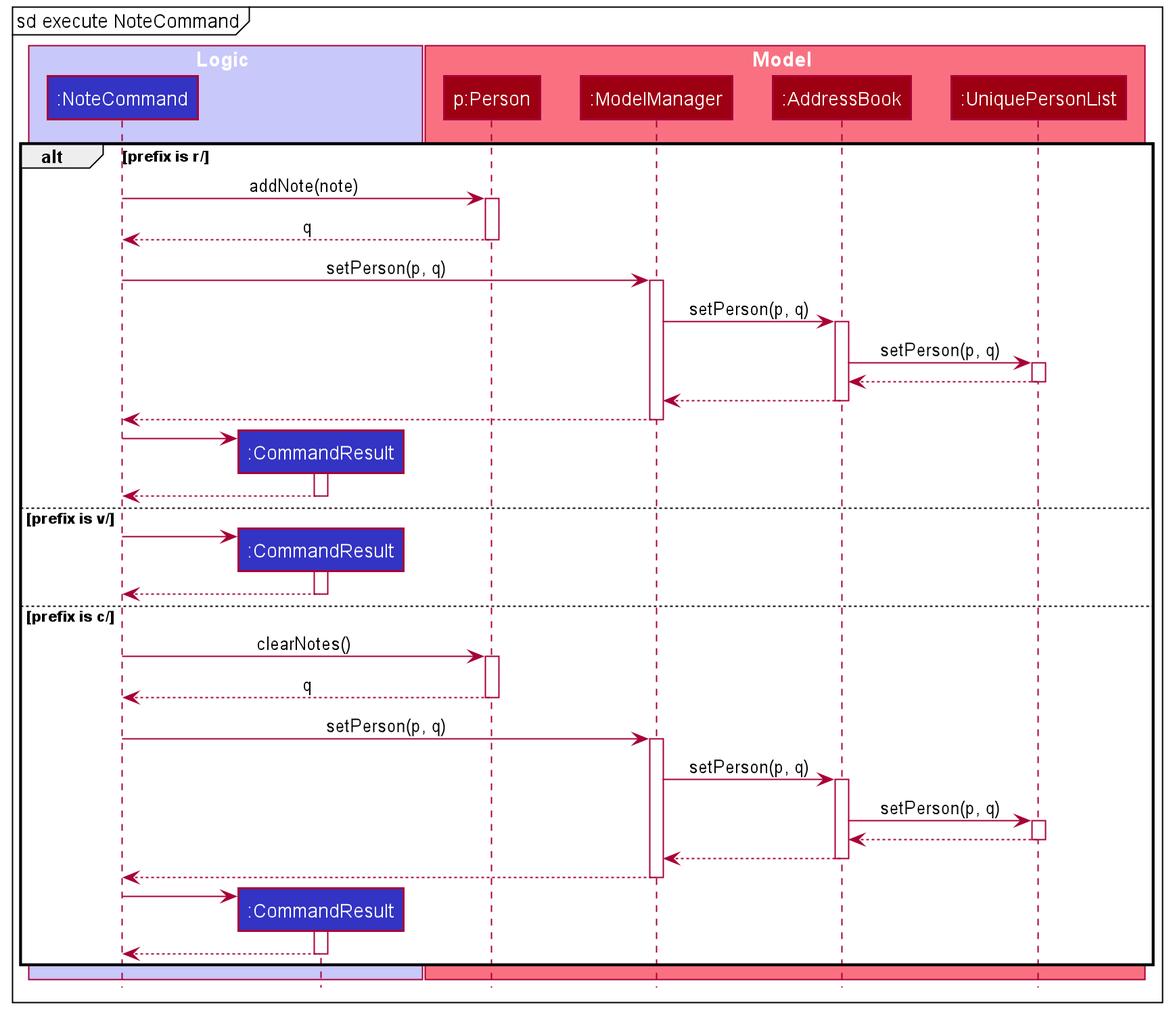
nus-cs2103-AY2021S2/tp keeps this PlantUML diagram as docs/images/NoteSequenceDiagramRef.png. Above is the earlier version. Source of this version:
```plantuml
@startuml
!include style.puml

mainframe sd execute NoteCommand

box Logic LOGIC_COLOR_T1
participant ":NoteCommand" as NoteCommand LOGIC_COLOR
participant ":CommandResult" as CommandResult LOGIC_COLOR
end box

box Model MODEL_COLOR_T1
participant "p:Person" as Person MODEL_COLOR
participant ":ModelManager" as ModelManager MODEL_COLOR
participant ":AddressBook" as AddressBook MODEL_COLOR
participant ":UniquePersonList" as UniquePersonList MODEL_COLOR
end box

alt prefix is r/
    NoteCommand -> Person : addNote(note)
    activate Person

    Person --> NoteCommand : q
    deactivate Person

    NoteCommand -> ModelManager : setPerson(p, q)
    activate ModelManager

    ModelManager -> AddressBook : setPerson(p, q)
    activate AddressBook

        AddressBook -> UniquePersonList : setPerson(p, q)
        activate UniquePersonList

        UniquePersonList --> AddressBook
        deactivate UniquePersonList

        AddressBook --> ModelManager
        deactivate AddressBook

    ModelManager --> NoteCommand
    deactivate ModelManager

    create CommandResult
    NoteCommand -> CommandResult
    activate CommandResult

    CommandResult --> NoteCommand
    deactivate CommandResult

else prefix is v/
    create CommandResult
    NoteCommand -> CommandResult
    activate CommandResult

    CommandResult --> NoteCommand
    deactivate CommandResult

else prefix is c/

    NoteCommand -> Person : clearNotes()
    activate Person

    Person --> NoteCommand : q
    deactivate Person

    NoteCommand -> ModelManager : setPerson(p, q)
    activate ModelManager

    ModelManager -> AddressBook : setPerson(p, q)
    activate AddressBook

        AddressBook -> UniquePersonList : setPerson(p, q)
        activate UniquePersonList

        UniquePersonList --> AddressBook
        deactivate UniquePersonList

        AddressBook --> ModelManager
        deactivate AddressBook

    ModelManager --> NoteCommand
    deactivate ModelManager

    create CommandResult
    NoteCommand -> CommandResult
    activate CommandResult

    CommandResult --> NoteCommand
    deactivate CommandResult
end






@enduml
```
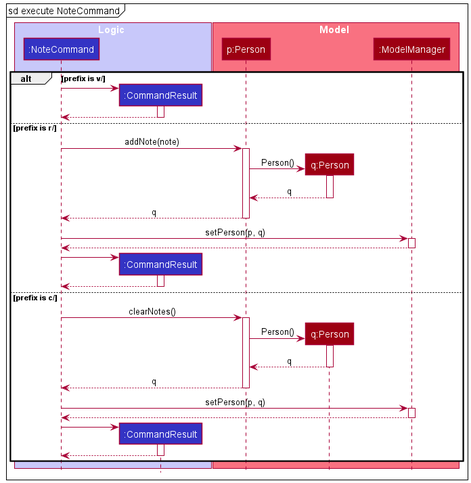
The same file after the commit.

Commit message:
Update DG and PlantUML for note implementation

Change to the diagram source:
```diff
@@ -9,33 +9,36 @@
 end box
 
 box Model MODEL_COLOR_T1
-participant "p:Person" as Person MODEL_COLOR
+participant "p:Person" as P MODEL_COLOR
+participant "q:Person" as Q MODEL_COLOR
 participant ":ModelManager" as ModelManager MODEL_COLOR
-participant ":AddressBook" as AddressBook MODEL_COLOR
-participant ":UniquePersonList" as UniquePersonList MODEL_COLOR
 end box
 
-alt prefix is r/
-    NoteCommand -> Person : addNote(note)
-    activate Person
 
-    Person --> NoteCommand : q
-    deactivate Person
+alt prefix is v/
+    create CommandResult
+    NoteCommand -> CommandResult
+    activate CommandResult
+
+    CommandResult --> NoteCommand
+    deactivate CommandResult
+
+else prefix is r/
+    NoteCommand -> P : addNote(note)
+    activate P
+
+    create Q
+    P -> Q : Person()
+    activate Q
+
+    Q --> P : q
+    deactivate Q
+
+    P --> NoteCommand : q
+    deactivate P
 
     NoteCommand -> ModelManager : setPerson(p, q)
     activate ModelManager
-
-    ModelManager -> AddressBook : setPerson(p, q)
-    activate AddressBook
-
-        AddressBook -> UniquePersonList : setPerson(p, q)
-        activate UniquePersonList
-
-        UniquePersonList --> AddressBook
-        deactivate UniquePersonList
-
-        AddressBook --> ModelManager
-        deactivate AddressBook
 
     ModelManager --> NoteCommand
     deactivate ModelManager
@@ -47,46 +50,35 @@
     CommandResult --> NoteCommand
     deactivate CommandResult
 
-else prefix is v/
-    create CommandResult
-    NoteCommand -> CommandResult
-    activate CommandResult
 
-    CommandResult --> NoteCommand
-    deactivate CommandResult
 
 else prefix is c/
 
-    NoteCommand -> Person : clearNotes()
-    activate Person
+    NoteCommand -> P : clearNotes()
+        activate P
 
-    Person --> NoteCommand : q
-    deactivate Person
+        create Q
+        P -> Q : Person()
+        activate Q
 
-    NoteCommand -> ModelManager : setPerson(p, q)
-    activate ModelManager
+        Q --> P : q
+        deactivate Q
 
-    ModelManager -> AddressBook : setPerson(p, q)
-    activate AddressBook
+        P --> NoteCommand : q
+        deactivate P
 
-        AddressBook -> UniquePersonList : setPerson(p, q)
-        activate UniquePersonList
+        NoteCommand -> ModelManager : setPerson(p, q)
+        activate ModelManager
 
-        UniquePersonList --> AddressBook
-        deactivate UniquePersonList
+        ModelManager --> NoteCommand
+        deactivate ModelManager
 
-        AddressBook --> ModelManager
-        deactivate AddressBook
+        create CommandResult
+        NoteCommand -> CommandResult
+        activate CommandResult
 
-    ModelManager --> NoteCommand
-    deactivate ModelManager
-
-    create CommandResult
-    NoteCommand -> CommandResult
-    activate CommandResult
-
-    CommandResult --> NoteCommand
-    deactivate CommandResult
+        CommandResult --> NoteCommand
+        deactivate CommandResult
 end
 
 
```
